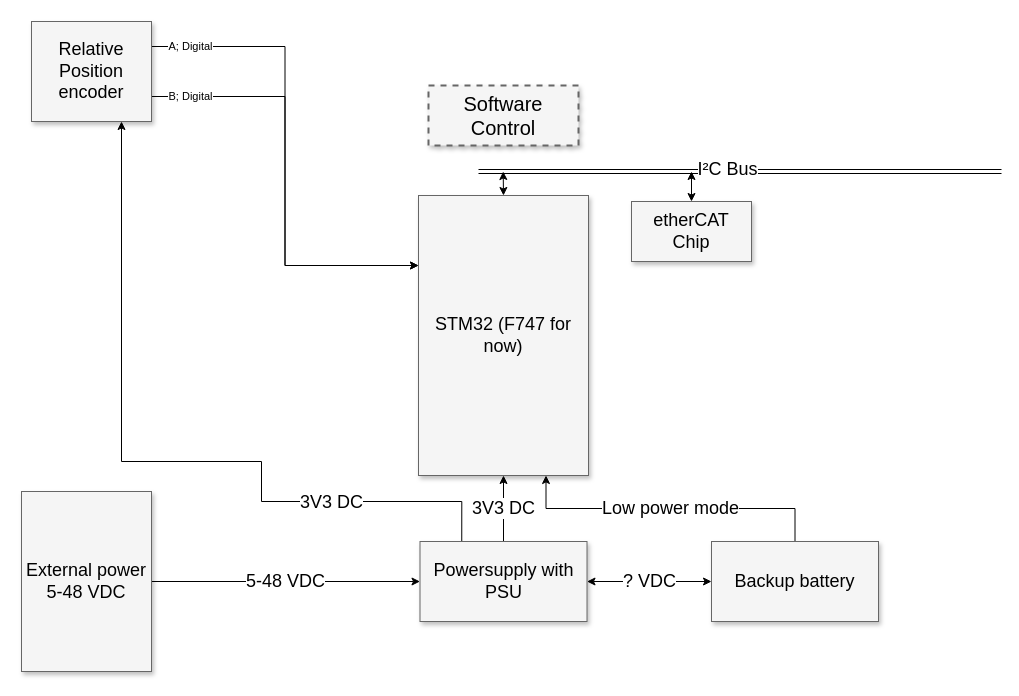
tretron/Open_servo keeps this draw.io diagram as Design overview/Servo_controller_system_diagram.drawio. Above is the earlier version. Source tidied: cells renumbered, new cells numbered last; positions are measured from the earlier drawing's top-left corner, leaving out a move shared by most shapes. Both pictures are drawn from the tidied source at 100%, with x=0, y=0 at pixel (21, 21).
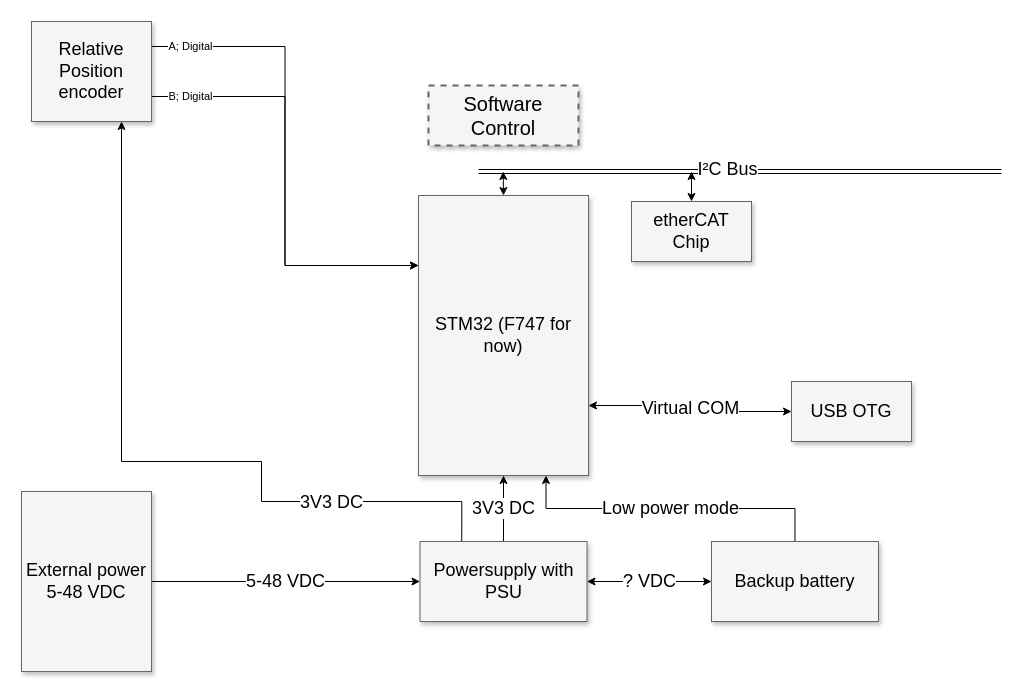
The same diagram, later.

The change refers to these unchanged cells:
```xml
<mxCell id="4" value="STM32 (F747 for now)" style="whiteSpace=wrap;html=1;shadow=1;fontSize=18;fillColor=#f5f5f5;strokeColor=#666666;" parent="1" vertex="1">
  <mxGeometry x="397" y="174" width="170" height="280" as="geometry" />
</mxCell>
```

Diff of the diagram source:
```diff
@@
+    <mxCell id="21" value="Virtual COM" style="edgeStyle=orthogonalEdgeStyle;rounded=0;jettySize=auto;html=1;exitX=0;exitY=0.5;exitDx=0;exitDy=0;entryX=1;entryY=0.75;entryDx=0;entryDy=0;fontSize=18;startArrow=classic;startFill=1;" parent="1" edge="1" source="22" target="4">
+      <mxGeometry relative="1" as="geometry" />
+    </mxCell>
+    <mxCell id="22" value="USB OTG" style="whiteSpace=wrap;html=1;shadow=1;fontSize=18;fillColor=#f5f5f5;strokeColor=#666666;" parent="1" vertex="1">
+      <mxGeometry x="770" y="360" width="120" height="60" as="geometry" />
+    </mxCell>
```
